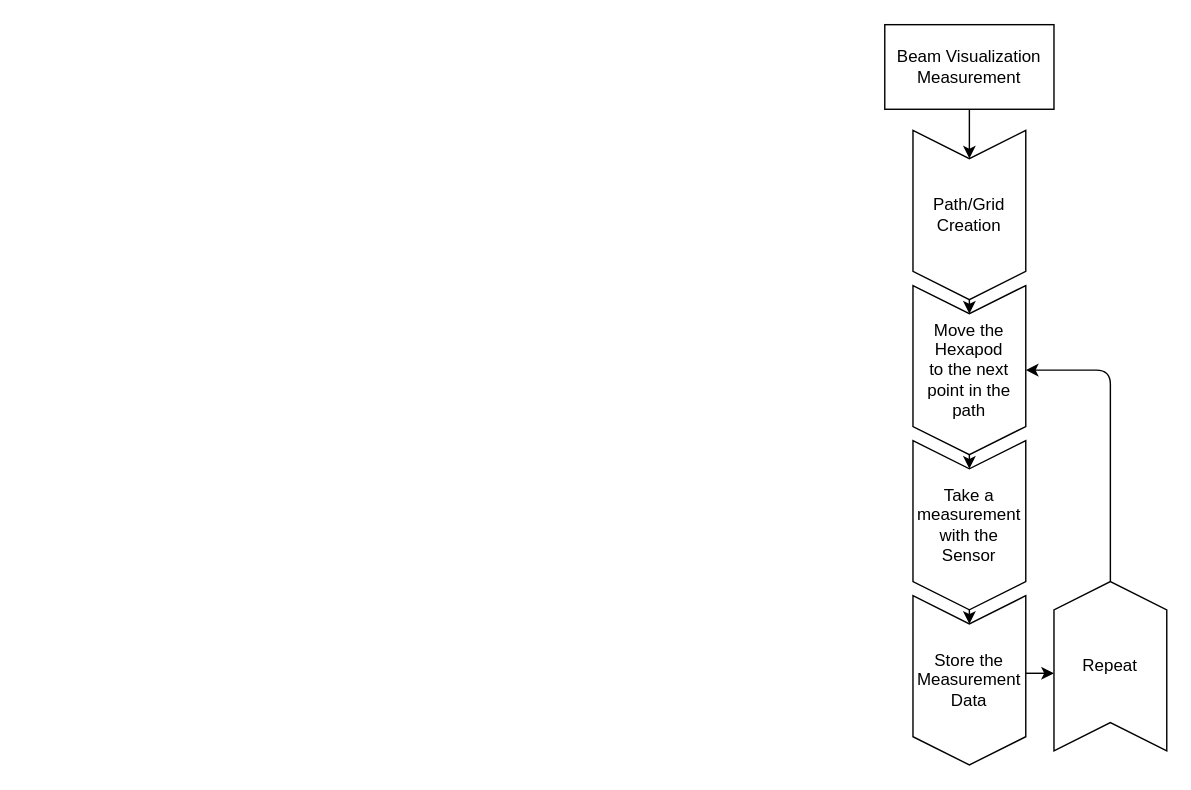
This is page "Measurement Grid" (2 of 4) of Thesis_Writeup/procedures.drawio from VWatGIT/MtecThesis, a draw.io file, before an edit. Source tidied: cells renumbered, new cells numbered last; positions are measured from the earlier drawing's top-left corner, leaving out a move shared by most shapes. Both pictures are drawn from the tidied source at 141%, with x=0, y=0 at pixel (884, 24).
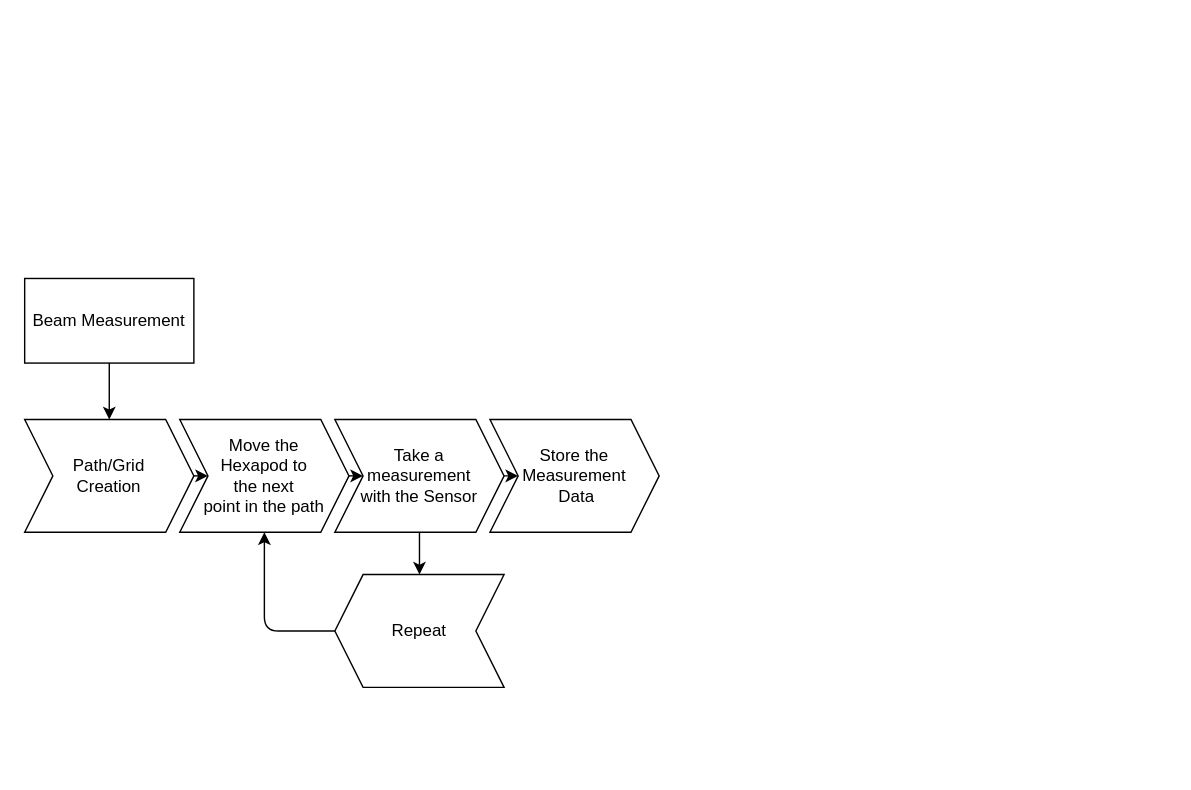
After the change.

Diff of the diagram source:
```diff
@@
 <mxGraphModel>
   <root>
     <mxCell id="0" />
     <mxCell id="1" parent="0" />
+    <mxCell id="3" value="Beam Measurement" style="rounded=0;whiteSpace=wrap;html=1;direction=west;" parent="1" vertex="1">
+      <mxGeometry x="-610" y="180" width="120" height="60" as="geometry" />
+    </mxCell>
-    <mxCell id="2" style="edgeStyle=elbowEdgeStyle;elbow=vertical;html=1;entryX=0;entryY=0.5;entryDx=0;entryDy=0;" parent="1" edge="1" source="3" target="5">
+    <mxCell id="2" style="edgeStyle=elbowEdgeStyle;elbow=vertical;html=1;entryX=0.5;entryY=0;entryDx=0;entryDy=0;" parent="1" edge="1" source="3" target="5">
       <mxGeometry relative="1" as="geometry" />
     </mxCell>
-    <mxCell id="3" value="Beam Visualization Measurement" style="rounded=0;whiteSpace=wrap;html=1;" parent="1" vertex="1">
-      <mxGeometry width="120" height="60" as="geometry" />
-    </mxCell>
-    <mxCell id="4" style="edgeStyle=elbowEdgeStyle;elbow=vertical;html=1;" parent="1" edge="1" source="5" target="7">
+    <mxCell id="4" style="edgeStyle=none;html=1;exitX=1;exitY=0.5;exitDx=0;exitDy=0;entryX=0;entryY=0.5;entryDx=0;entryDy=0;" parent="1" edge="1" source="5" target="7">
       <mxGeometry relative="1" as="geometry" />
     </mxCell>
-    <mxCell id="5" value="Path/Grid Creation" style="shape=step;perimeter=stepPerimeter;whiteSpace=wrap;html=1;fixedSize=1;direction=south;" parent="1" vertex="1">
-      <mxGeometry x="20" y="75" width="80" height="120" as="geometry" />
+    <mxCell id="5" value="Path/Grid &lt;br&gt;Creation" style="shape=step;perimeter=stepPerimeter;whiteSpace=wrap;html=1;fixedSize=1;direction=east;" parent="1" vertex="1">
+      <mxGeometry x="-610" y="280" width="120" height="80" as="geometry" />
     </mxCell>
-    <mxCell id="6" style="edgeStyle=elbowEdgeStyle;elbow=vertical;html=1;" parent="1" edge="1" source="7" target="9">
+    <mxCell id="6" style="edgeStyle=none;html=1;exitX=1;exitY=0.5;exitDx=0;exitDy=0;entryX=0;entryY=0.5;entryDx=0;entryDy=0;" parent="1" edge="1" source="7" target="9">
       <mxGeometry relative="1" as="geometry" />
     </mxCell>
-    <mxCell id="7" value="Move the Hexapod&lt;br&gt;to the next point in the path" style="shape=step;perimeter=stepPerimeter;whiteSpace=wrap;html=1;fixedSize=1;direction=south;" parent="1" vertex="1">
-      <mxGeometry x="20" y="185" width="80" height="120" as="geometry" />
+    <mxCell id="7" value="Move the &lt;br&gt;Hexapod to &lt;br&gt;the next &lt;br&gt;point in the path" style="shape=step;perimeter=stepPerimeter;whiteSpace=wrap;html=1;fixedSize=1;direction=east;" parent="1" vertex="1">
+      <mxGeometry x="-500" y="280" width="120" height="80" as="geometry" />
     </mxCell>
-    <mxCell id="8" style="edgeStyle=elbowEdgeStyle;elbow=vertical;html=1;" parent="1" edge="1" source="9" target="13">
+    <mxCell id="8" style="edgeStyle=elbowEdgeStyle;elbow=vertical;html=1;exitX=1;exitY=0.5;exitDx=0;exitDy=0;entryX=0;entryY=0.5;entryDx=0;entryDy=0;" parent="1" edge="1" source="9" target="13">
       <mxGeometry relative="1" as="geometry" />
     </mxCell>
+    <mxCell id="14" style="edgeStyle=none;html=1;exitX=0.5;exitY=1;exitDx=0;exitDy=0;entryX=0.5;entryY=1;entryDx=0;entryDy=0;" parent="1" edge="1" source="9" target="11">
+      <mxGeometry relative="1" as="geometry" />
+    </mxCell>
-    <mxCell id="9" value="Take a measurement with the Sensor" style="shape=step;perimeter=stepPerimeter;whiteSpace=wrap;html=1;fixedSize=1;direction=south;" parent="1" vertex="1">
-      <mxGeometry x="20" y="295" width="80" height="120" as="geometry" />
+    <mxCell id="9" value="Take a &lt;br&gt;measurement &lt;br&gt;with the Sensor" style="shape=step;perimeter=stepPerimeter;whiteSpace=wrap;html=1;fixedSize=1;direction=east;" parent="1" vertex="1">
+      <mxGeometry x="-390" y="280" width="120" height="80" as="geometry" />
     </mxCell>
-    <mxCell id="10" style="edgeStyle=orthogonalEdgeStyle;elbow=vertical;html=1;entryX=0.5;entryY=0;entryDx=0;entryDy=0;" parent="1" edge="1" source="11" target="7">
-      <mxGeometry relative="1" as="geometry">
-        <Array as="points">
-          <mxPoint x="160" y="245" />
-        </Array>
-      </mxGeometry>
+    <mxCell id="10" style="edgeStyle=orthogonalEdgeStyle;html=1;exitX=1;exitY=0.5;exitDx=0;exitDy=0;entryX=0.5;entryY=1;entryDx=0;entryDy=0;" parent="1" edge="1" source="11" target="7">
+      <mxGeometry relative="1" as="geometry" />
     </mxCell>
-    <mxCell id="11" value="Repeat" style="shape=step;perimeter=stepPerimeter;whiteSpace=wrap;html=1;fixedSize=1;direction=north;" parent="1" vertex="1">
-      <mxGeometry x="120" y="395" width="80" height="120" as="geometry" />
+    <mxCell id="11" value="Repeat" style="shape=step;perimeter=stepPerimeter;whiteSpace=wrap;html=1;fixedSize=1;direction=west;" parent="1" vertex="1">
+      <mxGeometry x="-390" y="390" width="120" height="80" as="geometry" />
     </mxCell>
-    <mxCell id="12" style="edgeStyle=elbowEdgeStyle;elbow=vertical;html=1;" parent="1" edge="1" source="13" target="11">
-      <mxGeometry relative="1" as="geometry" />
-    </mxCell>
-    <mxCell id="13" value="Store the Measurement Data" style="shape=step;perimeter=stepPerimeter;whiteSpace=wrap;html=1;fixedSize=1;direction=south;" parent="1" vertex="1">
-      <mxGeometry x="20" y="405" width="80" height="120" as="geometry" />
+    <mxCell id="13" value="Store the Measurement&lt;br&gt;&amp;nbsp;Data" style="shape=step;perimeter=stepPerimeter;whiteSpace=wrap;html=1;fixedSize=1;direction=east;" parent="1" vertex="1">
+      <mxGeometry x="-280" y="280" width="120" height="80" as="geometry" />
     </mxCell>
   </root>
 </mxGraphModel>
```
